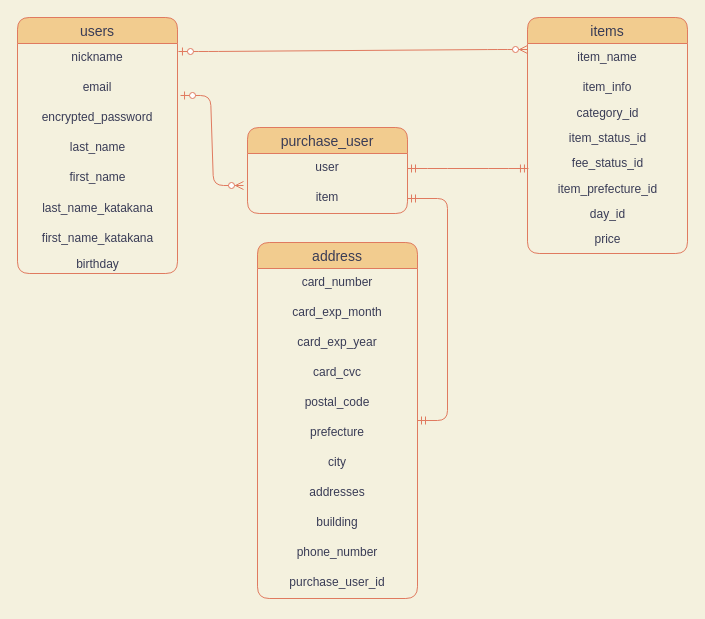
Kuma-1012/furima-35710 keeps this draw.io diagram as test.dio. Above is the earlier version. Source tidied: cells renumbered, new cells numbered last; positions are measured from the earlier drawing's top-left corner, leaving out a move shared by most shapes. Both pictures are drawn from the tidied source at 100%, with x=0, y=0 at pixel (17, 17).
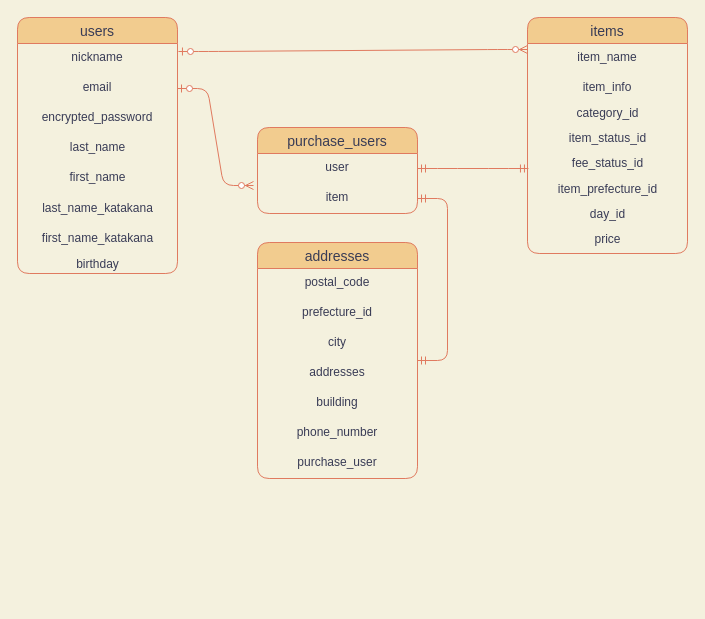
The same page after the edit.

The change refers to these unchanged cells:
```xml
<mxCell id="4" value="item" style="text;strokeColor=none;fillColor=none;spacingLeft=4;spacingRight=4;overflow=hidden;points=[[0,0.5],[1,0.5]];portConstraint=eastwest;fontSize=12;align=center;fontColor=#393C56;rounded=1;" parent="2" vertex="1">
  <mxGeometry y="56" width="160" height="30" as="geometry" />
</mxCell>
<mxCell id="32" value="email" style="text;strokeColor=none;fillColor=none;spacingLeft=4;spacingRight=4;overflow=hidden;points=[[0,0.5],[1,0.5]];portConstraint=eastwest;fontSize=12;fontColor=#393C56;align=center;rounded=1;" parent="30" vertex="1">
  <mxGeometry y="56" width="160" height="30" as="geometry" />
</mxCell>
```

Change to the diagram source:
```diff
@@
-    <mxCell id="2" value="purchase_user" style="swimlane;fontStyle=0;horizontal=1;startSize=26;align=center;fontSize=14;fillColor=#F2CC8F;strokeColor=#E07A5F;fontColor=#393C56;rounded=1;" parent="1" vertex="1">
-      <mxGeometry x="230" y="110" width="160" height="86" as="geometry" />
+    <mxCell id="2" value="purchase_users" style="swimlane;fontStyle=0;horizontal=1;startSize=26;align=center;fontSize=14;fillColor=#F2CC8F;strokeColor=#E07A5F;fontColor=#393C56;rounded=1;" parent="1" vertex="1">
+      <mxGeometry x="240" y="110" width="160" height="86" as="geometry" />
     </mxCell>
@@
-    <mxCell id="5" value="address" style="swimlane;fontStyle=0;horizontal=1;startSize=26;align=center;fontSize=14;fillColor=#F2CC8F;strokeColor=#E07A5F;fontColor=#393C56;rounded=1;" parent="1" vertex="1">
-      <mxGeometry x="240" y="225" width="160" height="356" as="geometry" />
+    <mxCell id="5" value="addresses" style="swimlane;fontStyle=0;horizontal=1;startSize=26;align=center;fontSize=14;fillColor=#F2CC8F;strokeColor=#E07A5F;fontColor=#393C56;rounded=1;" parent="1" vertex="1">
+      <mxGeometry x="240" y="225" width="160" height="236" as="geometry" />
     </mxCell>
-    <mxCell id="6" value="card_number" style="text;strokeColor=none;fillColor=none;spacingLeft=4;spacingRight=4;overflow=hidden;fontSize=12;align=center;fontColor=#393C56;rounded=1;" parent="5" vertex="1">
-      <mxGeometry y="26" width="160" height="30" as="geometry" />
-    </mxCell>
-    <mxCell id="7" value="card_exp_month" style="text;strokeColor=none;fillColor=none;spacingLeft=4;spacingRight=4;overflow=hidden;fontSize=12;align=center;fontColor=#393C56;rounded=1;" parent="5" vertex="1">
-      <mxGeometry y="56" width="160" height="30" as="geometry" />
-    </mxCell>
-    <mxCell id="8" value="card_exp_year" style="text;strokeColor=none;fillColor=none;spacingLeft=4;spacingRight=4;overflow=hidden;fontSize=12;align=center;fontColor=#393C56;rounded=1;" parent="5" vertex="1">
-      <mxGeometry y="86" width="160" height="30" as="geometry" />
-    </mxCell>
-    <mxCell id="9" value="card_cvc" style="text;strokeColor=none;fillColor=none;spacingLeft=4;spacingRight=4;overflow=hidden;fontSize=12;align=center;fontColor=#393C56;rounded=1;" parent="5" vertex="1">
-      <mxGeometry y="116" width="160" height="30" as="geometry" />
-    </mxCell>
     <mxCell id="10" value="postal_code" style="text;strokeColor=none;fillColor=none;spacingLeft=4;spacingRight=4;overflow=hidden;fontSize=12;align=center;fontColor=#393C56;rounded=1;" parent="5" vertex="1">
-      <mxGeometry y="146" width="160" height="30" as="geometry" />
+      <mxGeometry y="26" width="160" height="30" as="geometry" />
     </mxCell>
-    <mxCell id="11" value="prefecture" style="text;strokeColor=none;fillColor=none;spacingLeft=4;spacingRight=4;overflow=hidden;fontSize=12;align=center;fontColor=#393C56;rounded=1;" parent="5" vertex="1">
-      <mxGeometry y="176" width="160" height="30" as="geometry" />
+    <mxCell id="11" value="prefecture_id" style="text;strokeColor=none;fillColor=none;spacingLeft=4;spacingRight=4;overflow=hidden;fontSize=12;align=center;fontColor=#393C56;rounded=1;" parent="5" vertex="1">
+      <mxGeometry y="56" width="160" height="30" as="geometry" />
     </mxCell>
     <mxCell id="12" value="city" style="text;strokeColor=none;fillColor=none;spacingLeft=4;spacingRight=4;overflow=hidden;fontSize=12;align=center;fontColor=#393C56;rounded=1;" parent="5" vertex="1">
-      <mxGeometry y="206" width="160" height="30" as="geometry" />
+      <mxGeometry y="86" width="160" height="30" as="geometry" />
     </mxCell>
     <mxCell id="13" value="addresses" style="text;strokeColor=none;fillColor=none;spacingLeft=4;spacingRight=4;overflow=hidden;fontSize=12;align=center;fontColor=#393C56;rounded=1;" parent="5" vertex="1">
-      <mxGeometry y="236" width="160" height="30" as="geometry" />
+      <mxGeometry y="116" width="160" height="30" as="geometry" />
     </mxCell>
     <mxCell id="14" value="building" style="text;strokeColor=none;fillColor=none;spacingLeft=4;spacingRight=4;overflow=hidden;fontSize=12;align=center;fontColor=#393C56;rounded=1;" parent="5" vertex="1">
-      <mxGeometry y="266" width="160" height="30" as="geometry" />
+      <mxGeometry y="146" width="160" height="30" as="geometry" />
     </mxCell>
     <mxCell id="15" value="phone_number" style="text;strokeColor=none;fillColor=none;spacingLeft=4;spacingRight=4;overflow=hidden;fontSize=12;align=center;fontColor=#393C56;rounded=1;" parent="5" vertex="1">
-      <mxGeometry y="296" width="160" height="30" as="geometry" />
+      <mxGeometry y="176" width="160" height="30" as="geometry" />
     </mxCell>
-    <mxCell id="16" value="purchase_user_id" style="text;strokeColor=none;fillColor=none;spacingLeft=4;spacingRight=4;overflow=hidden;fontSize=12;align=center;fontColor=#393C56;rounded=1;" parent="5" vertex="1">
-      <mxGeometry y="326" width="160" height="30" as="geometry" />
+    <mxCell id="16" value="purchase_user" style="text;strokeColor=none;fillColor=none;spacingLeft=4;spacingRight=4;overflow=hidden;fontSize=12;align=center;fontColor=#393C56;rounded=1;" parent="5" vertex="1">
+      <mxGeometry y="206" width="160" height="30" as="geometry" />
     </mxCell>
@@
-    <mxCell id="18" style="edgeStyle=entityRelationEdgeStyle;fontSize=12;html=1;endArrow=ERzeroToMany;startArrow=ERzeroToOne;entryX=-0.025;entryY=0.067;entryDx=0;entryDy=0;entryPerimeter=0;strokeColor=#E07A5F;fontColor=#393C56;exitX=1.019;exitY=0.733;exitDx=0;exitDy=0;exitPerimeter=0;labelBackgroundColor=#F4F1DE;" parent="1" edge="1" source="32" target="4">
+    <mxCell id="18" style="edgeStyle=entityRelationEdgeStyle;fontSize=12;html=1;endArrow=ERzeroToMany;startArrow=ERzeroToOne;entryX=-0.025;entryY=0.067;entryDx=0;entryDy=0;entryPerimeter=0;strokeColor=#E07A5F;fontColor=#393C56;labelBackgroundColor=#F4F1DE;" parent="1" edge="1" source="32" target="4">
       <mxGeometry relative="1" as="geometry" />
     </mxCell>
```
